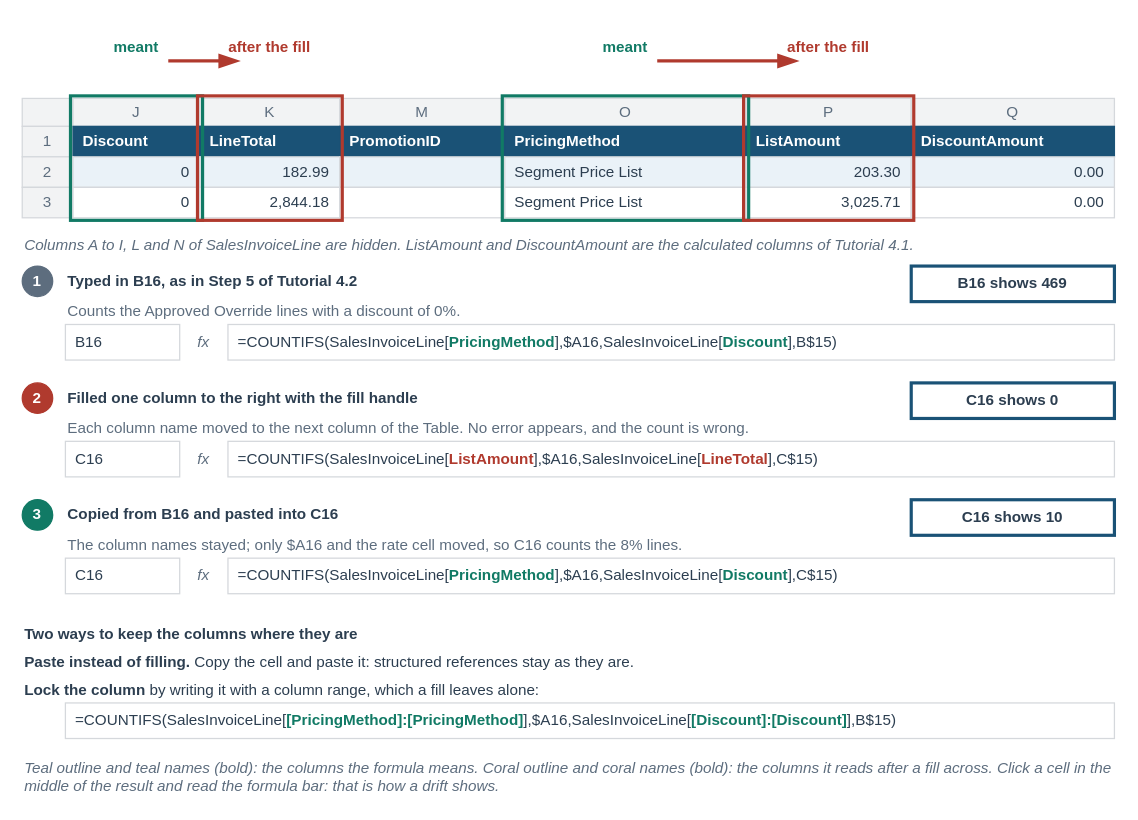
Earlier version of the draw.io diagram facts/instructor/figures/chapter-04-excel-essentials/IF-04-0-A.drawio (mmcodesso/Accounting_Analytics_Book). Source tidied: cells renumbered, new cells numbered last; positions are measured from the earlier drawing's top-left corner, leaving out a move shared by most shapes. Both pictures are drawn from the tidied source at 127%, with x=0, y=0 at pixel (22, 22).
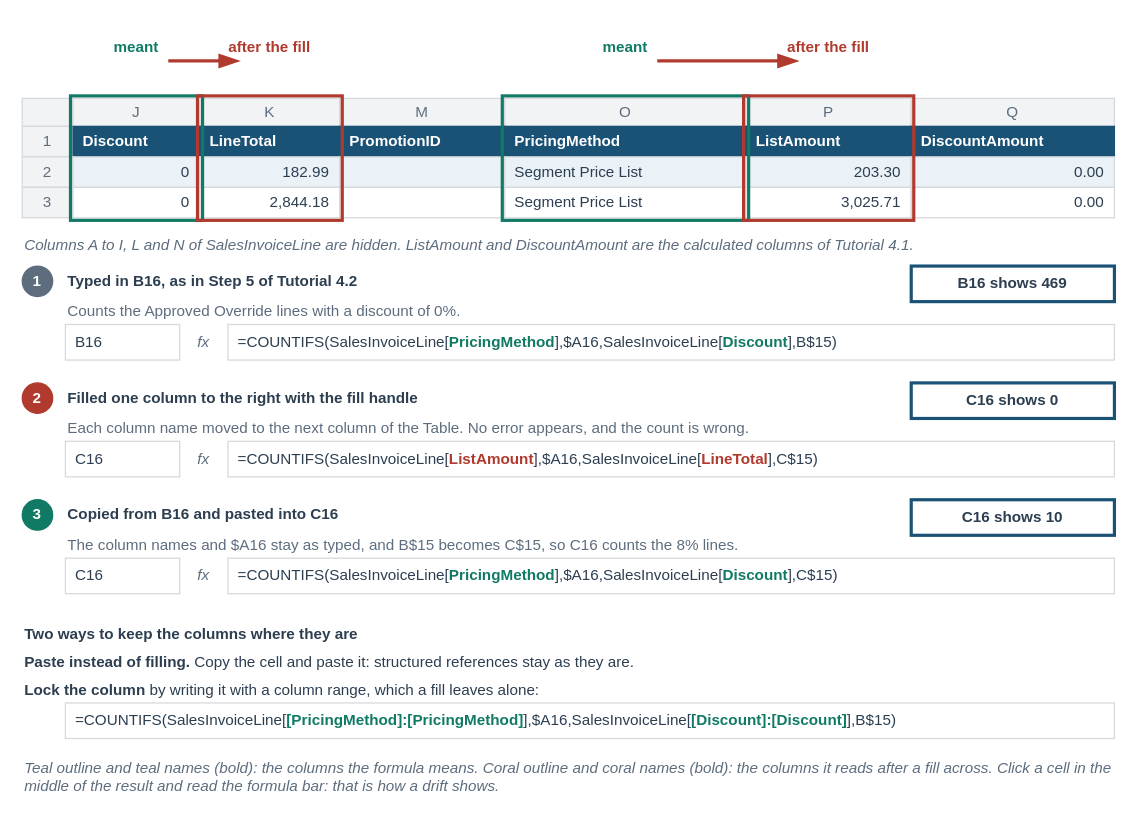
The same diagram, later.

Diff of the diagram source:
```diff
@@
-    <mxCell id="58" value="The column names stayed; only $A16 and the rate cell moved, so C16 counts the 8% lines." style="text;html=1;whiteSpace=wrap;align=left;verticalAlign=top;fontSize=12;fontColor=#5D6D7E;fontStyle=0;fontFamily=Helvetica;spacing=2;fillColor=none;strokeColor=none;" parent="1" vertex="1">
+    <mxCell id="58" value="The column names and $A16 stay as typed, and B$15 becomes C$15, so C16 counts the 8% lines." style="text;html=1;whiteSpace=wrap;align=left;verticalAlign=top;fontSize=12;fontColor=#5D6D7E;fontStyle=0;fontFamily=Helvetica;spacing=2;fillColor=none;strokeColor=none;" parent="1" vertex="1">
       <mxGeometry x="34" y="398" width="658" height="20" as="geometry" />
     </mxCell>
```
